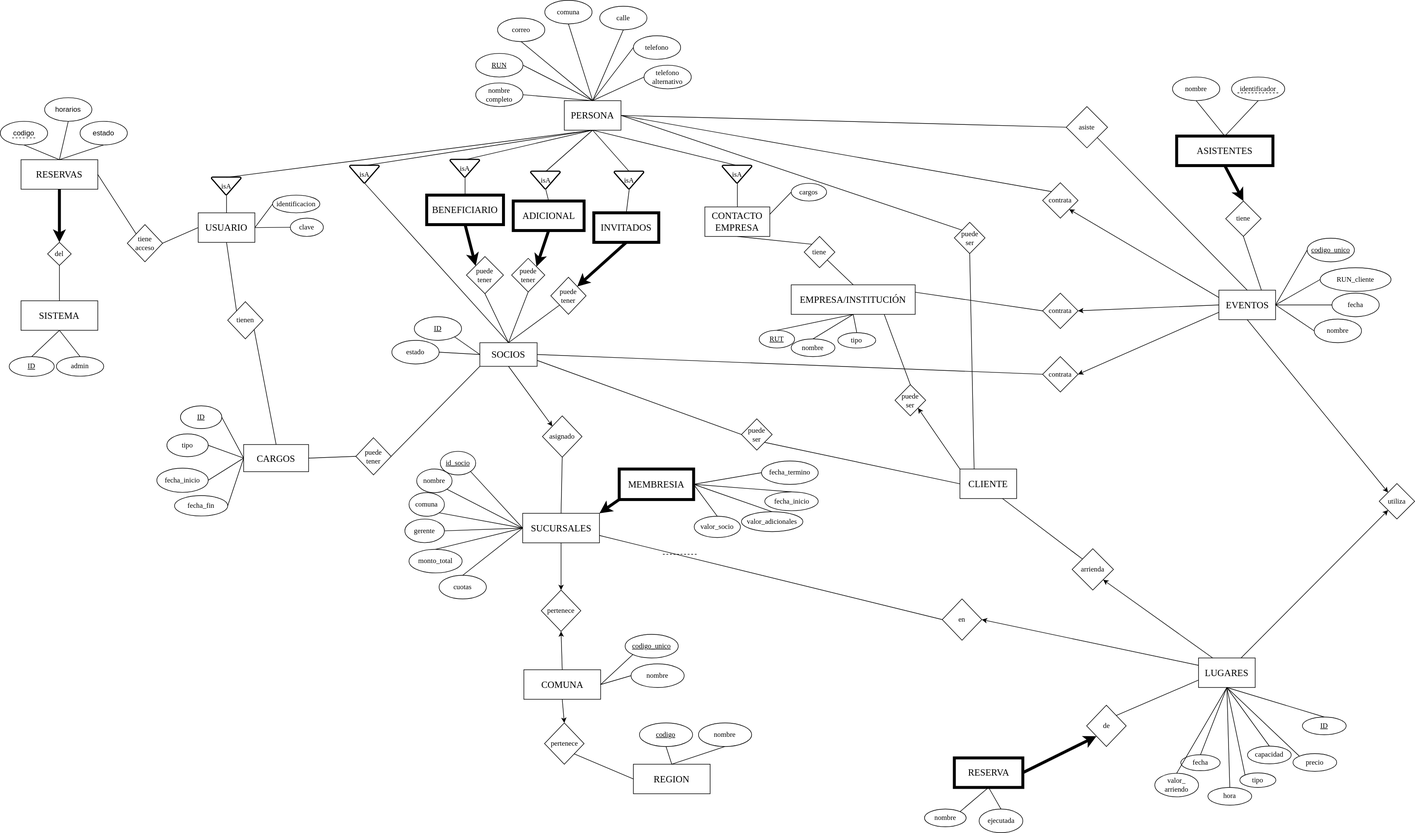
This is E1/ER-JOAB.drawio.svg from JoabVJ/IIC2413---Bases-de-Datos, a draw.io export, as it was before one commit. Source tidied: cells renumbered, new cells last; positions are measured from the earlier drawing's top-left corner, leaving out a move shared by most shapes.
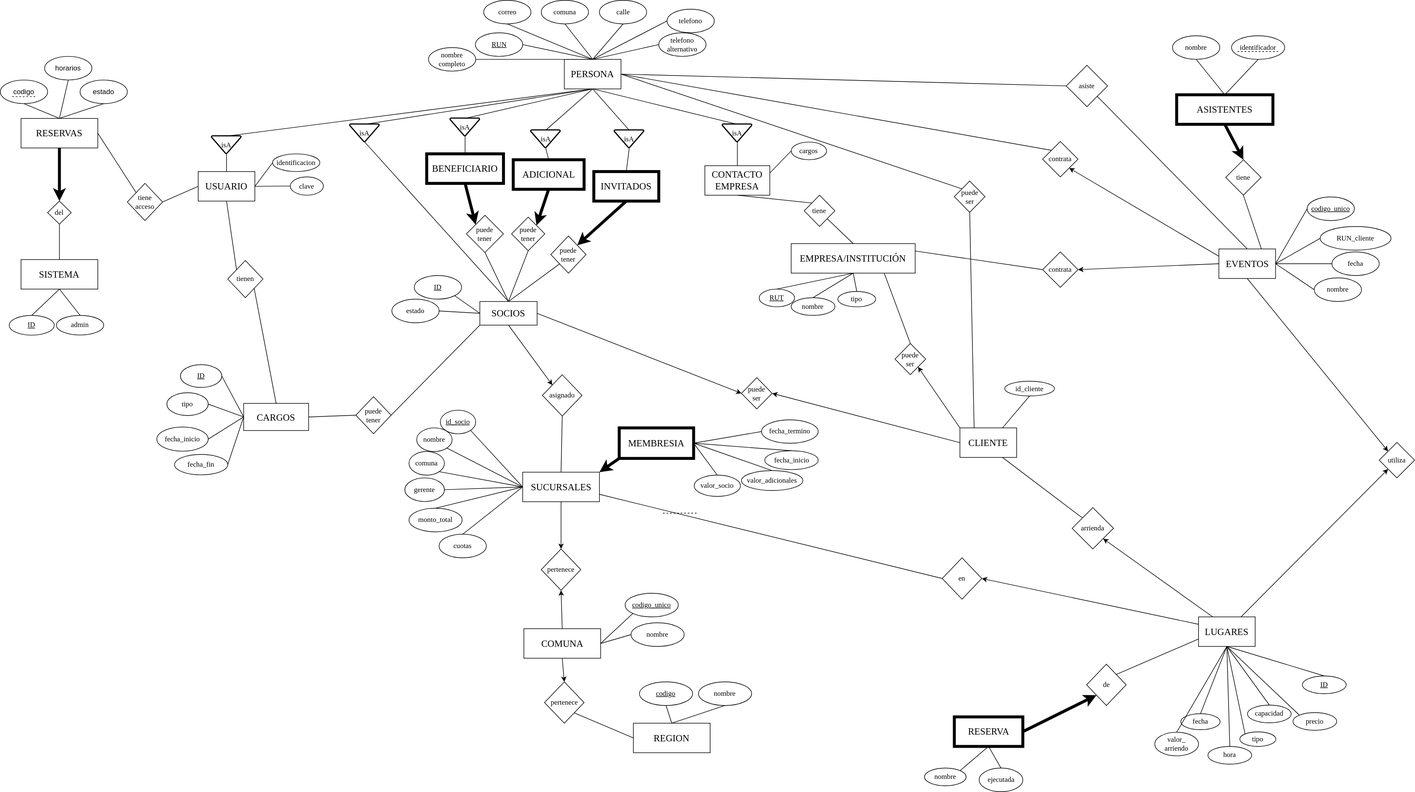
Above is the later version.

What changed in the source:
```diff
@@ -6,43 +6,43 @@
       <mxGeometry x="955" y="170" width="96" height="50" as="geometry" />
     </mxCell>
     <mxCell id="3" value="&lt;font face=&quot;Georgia&quot;&gt;nombre completo&lt;/font&gt;" style="ellipse;whiteSpace=wrap;html=1;" parent="1" vertex="1">
-      <mxGeometry x="805" y="140" width="80" height="40" as="geometry" />
+      <mxGeometry x="725" y="150" width="80" height="40" as="geometry" />
     </mxCell>
     <mxCell id="4" style="endArrow=none;html=1;rounded=0;entryX=0.5;entryY=0;entryDx=0;entryDy=0;exitX=1;exitY=0.5;exitDx=0;exitDy=0;" parent="1" edge="1" source="3" target="2">
       <mxGeometry relative="1" as="geometry" />
     </mxCell>
     <mxCell id="5" value="&lt;font face=&quot;Georgia&quot;&gt;&lt;u&gt;RUN&lt;/u&gt;&lt;/font&gt;" style="ellipse;whiteSpace=wrap;html=1;" parent="1" vertex="1">
-      <mxGeometry x="805" y="90" width="80" height="40" as="geometry" />
+      <mxGeometry x="804.5" y="125" width="80" height="40" as="geometry" />
     </mxCell>
     <mxCell id="6" style="endArrow=none;html=1;rounded=0;exitX=1;exitY=0.5;exitDx=0;exitDy=0;entryX=0.5;entryY=0;entryDx=0;entryDy=0;" parent="1" edge="1" source="5" target="2">
       <mxGeometry relative="1" as="geometry" />
     </mxCell>
     <mxCell id="7" value="&lt;font face=&quot;Georgia&quot;&gt;correo&lt;/font&gt;" style="ellipse;whiteSpace=wrap;html=1;" parent="1" vertex="1">
-      <mxGeometry x="842" y="30" width="80" height="40" as="geometry" />
+      <mxGeometry x="818.5" y="70" width="80" height="40" as="geometry" />
     </mxCell>
     <mxCell id="8" style="endArrow=none;html=1;rounded=0;exitX=0.5;exitY=1;exitDx=0;exitDy=0;entryX=0.5;entryY=0;entryDx=0;entryDy=0;" parent="1" edge="1" source="7" target="2">
       <mxGeometry relative="1" as="geometry" />
     </mxCell>
     <mxCell id="9" value="&lt;font face=&quot;Georgia&quot;&gt;comuna&lt;/font&gt;" style="ellipse;whiteSpace=wrap;html=1;" parent="1" vertex="1">
-      <mxGeometry x="922" width="80" height="40" as="geometry" />
+      <mxGeometry x="916" y="70" width="80" height="40" as="geometry" />
     </mxCell>
     <mxCell id="10" style="endArrow=none;html=1;rounded=0;entryX=0.5;entryY=1;entryDx=0;entryDy=0;exitX=0.5;exitY=0;exitDx=0;exitDy=0;" parent="1" edge="1" source="2" target="9">
       <mxGeometry relative="1" as="geometry" />
     </mxCell>
     <mxCell id="11" value="&lt;font face=&quot;Georgia&quot;&gt;calle&lt;/font&gt;" style="ellipse;whiteSpace=wrap;html=1;" parent="1" vertex="1">
-      <mxGeometry x="1015" y="10" width="80" height="40" as="geometry" />
+      <mxGeometry x="1014.5" y="70" width="80" height="40" as="geometry" />
     </mxCell>
     <mxCell id="12" style="endArrow=none;html=1;rounded=0;entryX=0.5;entryY=1;entryDx=0;entryDy=0;exitX=0.5;exitY=0;exitDx=0;exitDy=0;" parent="1" edge="1" source="2" target="11">
       <mxGeometry relative="1" as="geometry" />
     </mxCell>
     <mxCell id="13" value="&lt;font face=&quot;Georgia&quot;&gt;telefono&lt;/font&gt;" style="ellipse;whiteSpace=wrap;html=1;" parent="1" vertex="1">
-      <mxGeometry x="1072" y="60" width="80" height="40" as="geometry" />
+      <mxGeometry x="1129" y="85" width="80" height="40" as="geometry" />
     </mxCell>
     <mxCell id="14" style="endArrow=none;html=1;rounded=0;exitX=0.5;exitY=0;exitDx=0;exitDy=0;entryX=0;entryY=0.5;entryDx=0;entryDy=0;" parent="1" edge="1" source="2" target="13">
       <mxGeometry relative="1" as="geometry" />
     </mxCell>
     <mxCell id="15" value="&lt;font face=&quot;Georgia&quot;&gt;telefono&lt;/font&gt;&lt;div&gt;&lt;font face=&quot;Georgia&quot;&gt;alternativo&lt;/font&gt;&lt;/div&gt;" style="ellipse;whiteSpace=wrap;html=1;" parent="1" vertex="1">
-      <mxGeometry x="1090" y="110" width="80" height="40" as="geometry" />
+      <mxGeometry x="1115" y="125" width="80" height="40" as="geometry" />
     </mxCell>
     <mxCell id="16" style="endArrow=none;html=1;rounded=0;exitX=0.5;exitY=0;exitDx=0;exitDy=0;entryX=0;entryY=0.5;entryDx=0;entryDy=0;" parent="1" edge="1" source="2" target="15">
       <mxGeometry relative="1" as="geometry" />
@@ -440,18 +440,12 @@
     <mxCell id="144" style="endArrow=none;html=1;rounded=0;exitX=0.5;exitY=0;exitDx=0;exitDy=0;entryX=1;entryY=1;entryDx=0;entryDy=0;" parent="1" edge="1" source="135" target="142">
       <mxGeometry relative="1" as="geometry" />
     </mxCell>
-    <mxCell id="145" style="endArrow=none;html=1;rounded=0;entryX=1;entryY=0.75;entryDx=0;entryDy=0;exitX=0;exitY=0.5;exitDx=0;exitDy=0;" parent="1" edge="1" source="146" target="56">
-      <mxGeometry relative="1" as="geometry" />
-    </mxCell>
     <mxCell id="146" value="&lt;font face=&quot;Georgia&quot;&gt;puede&lt;/font&gt;&lt;div&gt;&lt;font face=&quot;Georgia&quot;&gt;ser&lt;/font&gt;&lt;/div&gt;" style="rhombus;whiteSpace=wrap;html=1;" parent="1" vertex="1">
       <mxGeometry x="1255" y="709" width="52" height="53" as="geometry" />
     </mxCell>
     <mxCell id="147" value="&lt;font face=&quot;Georgia&quot;&gt;puede&lt;/font&gt;&lt;div&gt;&lt;font face=&quot;Georgia&quot;&gt;ser&lt;/font&gt;&lt;/div&gt;" style="rhombus;whiteSpace=wrap;html=1;" parent="1" vertex="1">
       <mxGeometry x="1515" y="651" width="52" height="53" as="geometry" />
     </mxCell>
-    <mxCell id="148" style="endArrow=none;html=1;rounded=0;entryX=1;entryY=1;entryDx=0;entryDy=0;exitX=0;exitY=0.5;exitDx=0;exitDy=0;" parent="1" edge="1" source="37" target="146">
-      <mxGeometry relative="1" as="geometry" />
-    </mxCell>
     <mxCell id="149" style="endArrow=none;html=1;rounded=0;entryX=0.75;entryY=1;entryDx=0;entryDy=0;exitX=0.5;exitY=0;exitDx=0;exitDy=0;" parent="1" edge="1" source="147" target="135">
       <mxGeometry relative="1" as="geometry" />
     </mxCell>
@@ -656,20 +650,23 @@
     <mxCell id="215" value="&lt;font face=&quot;Georgia&quot;&gt;contrata&lt;/font&gt;" style="rhombus;whiteSpace=wrap;html=1;" parent="1" vertex="1">
       <mxGeometry x="1765" y="496" width="60" height="60" as="geometry" />
     </mxCell>
-    <mxCell id="216" style="endArrow=none;html=1;rounded=0;entryX=1;entryY=0.5;entryDx=0;entryDy=0;exitX=0;exitY=0.5;exitDx=0;exitDy=0;" parent="1" edge="1" source="217" target="56">
-      <mxGeometry relative="1" as="geometry" />
-    </mxCell>
-    <mxCell id="217" value="&lt;font face=&quot;Georgia&quot;&gt;contrata&lt;/font&gt;" style="rhombus;whiteSpace=wrap;html=1;" parent="1" vertex="1">
-      <mxGeometry x="1765" y="603.5" width="60" height="60" as="geometry" />
-    </mxCell>
-    <mxCell id="218" style="endArrow=classic;html=1;rounded=0;entryX=1;entryY=0.5;entryDx=0;entryDy=0;exitX=0;exitY=0.75;exitDx=0;exitDy=0;" parent="1" edge="1" source="19" target="217">
-      <mxGeometry relative="1" as="geometry" />
-    </mxCell>
     <mxCell id="219" style="endArrow=classic;html=1;rounded=0;entryX=1;entryY=0.5;entryDx=0;entryDy=0;exitX=0;exitY=0.5;exitDx=0;exitDy=0;" parent="1" edge="1" source="19" target="215">
       <mxGeometry relative="1" as="geometry" />
     </mxCell>
     <mxCell id="220" style="endArrow=classic;html=1;rounded=0;entryX=1;entryY=1;entryDx=0;entryDy=0;exitX=0;exitY=0.25;exitDx=0;exitDy=0;" parent="1" edge="1" source="19" target="208">
       <mxGeometry relative="1" as="geometry" />
     </mxCell>
+    <mxCell id="221" value="&lt;font face=&quot;Georgia&quot;&gt;id_cliente&lt;/font&gt;" style="ellipse;whiteSpace=wrap;html=1;" parent="1" vertex="1">
+      <mxGeometry x="1700.9" y="715" width="84.1" height="25" as="geometry" />
+    </mxCell>
+    <mxCell id="222" style="endArrow=none;html=1;rounded=0;entryX=0.75;entryY=0;entryDx=0;entryDy=0;exitX=0.5;exitY=1;exitDx=0;exitDy=0;" parent="1" edge="1" source="221" target="37">
+      <mxGeometry relative="1" as="geometry" />
+    </mxCell>
+    <mxCell id="223" style="endArrow=classic;html=1;rounded=0;entryX=0;entryY=0.5;entryDx=0;entryDy=0;exitX=1;exitY=0.5;exitDx=0;exitDy=0;" parent="1" edge="1" source="56" target="146">
+      <mxGeometry relative="1" as="geometry" />
+    </mxCell>
+    <mxCell id="148" style="endArrow=classic;html=1;rounded=0;entryX=1;entryY=0.5;entryDx=0;entryDy=0;exitX=0;exitY=0.5;exitDx=0;exitDy=0;" parent="1" edge="1" source="37" target="146">
+      <mxGeometry relative="1" as="geometry" />
+    </mxCell>
   </root>
 </mxGraphModel>
```
